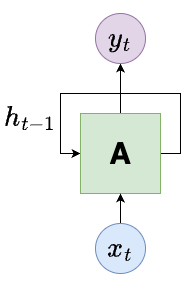
Earlier version of the draw.io export ds701_book/drawio/RNN.png (tools4ds/DS701-Course-Notes). Source tidied: cells renumbered, new cells last; positions are measured from the earlier drawing's top-left corner, leaving out a move shared by most shapes. Its diagram source:
```xml
<mxGraphModel math="1">
  <root>
    <mxCell id="0" />
    <mxCell id="1" parent="0" />
    <mxCell id="2" style="edgeStyle=orthogonalEdgeStyle;rounded=0;orthogonalLoop=1;jettySize=auto;html=1;exitX=1;exitY=0.5;exitDx=0;exitDy=0;entryX=0;entryY=0.5;entryDx=0;entryDy=0;" parent="1" edge="1" source="4" target="4">
      <mxGeometry relative="1" as="geometry">
        <Array as="points">
          <mxPoint x="180" y="140" />
          <mxPoint x="180" y="80" />
          <mxPoint x="60" y="80" />
          <mxPoint x="60" y="140" />
        </Array>
      </mxGeometry>
    </mxCell>
    <mxCell id="3" style="edgeStyle=orthogonalEdgeStyle;rounded=0;jettySize=auto;html=1;exitX=0.5;exitY=0;exitDx=0;exitDy=0;entryX=0.5;entryY=1;entryDx=0;entryDy=0;" parent="1" edge="1" source="4" target="5">
      <mxGeometry relative="1" as="geometry" />
    </mxCell>
    <mxCell id="4" value="A" style="whiteSpace=wrap;html=1;fillColor=#d5e8d4;strokeColor=#82b366;fontSize=30;fontStyle=1;" parent="1" vertex="1">
      <mxGeometry x="80" y="100" width="80" height="80" as="geometry" />
    </mxCell>
    <mxCell id="5" value="&lt;font style=&quot;font-size: 24px;&quot;&gt;$$y_t$$&lt;/font&gt;" style="ellipse;whiteSpace=wrap;html=1;fillColor=#e1d5e7;strokeColor=#9673a6;" parent="1" vertex="1">
      <mxGeometry x="95" width="50" height="50" as="geometry" />
    </mxCell>
    <mxCell id="6" style="edgeStyle=orthogonalEdgeStyle;rounded=0;jettySize=auto;html=1;exitX=0.5;exitY=0;exitDx=0;exitDy=0;entryX=0.5;entryY=1;entryDx=0;entryDy=0;" parent="1" edge="1" source="7" target="4">
      <mxGeometry relative="1" as="geometry" />
    </mxCell>
    <mxCell id="7" value="&lt;font style=&quot;font-size: 24px;&quot;&gt;$$x_t$$&lt;/font&gt;" style="ellipse;whiteSpace=wrap;html=1;fillColor=#dae8fc;strokeColor=#6c8ebf;" parent="1" vertex="1">
      <mxGeometry x="95" y="210" width="50" height="50" as="geometry" />
    </mxCell>
    <mxCell id="8" value="&lt;font style=&quot;font-size: 24px;&quot;&gt;$$h_{t-1}$$&lt;/font&gt;" style="text;html=1;align=center;verticalAlign=middle;whiteSpace=wrap;rounded=0;" parent="1" vertex="1">
      <mxGeometry y="90" width="60" height="30" as="geometry" />
    </mxCell>
  </root>
</mxGraphModel>
```
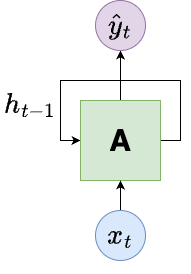
Later version of the same file.

Change to the diagram source:
```diff
@@ -18,7 +18,7 @@
     <mxCell id="4" value="A" style="whiteSpace=wrap;html=1;fillColor=#d5e8d4;strokeColor=#82b366;fontSize=30;fontStyle=1;" parent="1" vertex="1">
       <mxGeometry x="80" y="100" width="80" height="80" as="geometry" />
     </mxCell>
-    <mxCell id="5" value="&lt;font style=&quot;font-size: 24px;&quot;&gt;$$y_t$$&lt;/font&gt;" style="ellipse;whiteSpace=wrap;html=1;fillColor=#e1d5e7;strokeColor=#9673a6;" parent="1" vertex="1">
+    <mxCell id="5" value="&lt;font style=&quot;font-size: 24px;&quot;&gt;$$\hat{y}_t$$&lt;/font&gt;" style="ellipse;whiteSpace=wrap;html=1;fillColor=#e1d5e7;strokeColor=#9673a6;" parent="1" vertex="1">
       <mxGeometry x="95" width="50" height="50" as="geometry" />
     </mxCell>
     <mxCell id="6" style="edgeStyle=orthogonalEdgeStyle;rounded=0;jettySize=auto;html=1;exitX=0.5;exitY=0;exitDx=0;exitDy=0;entryX=0.5;entryY=1;entryDx=0;entryDy=0;" parent="1" edge="1" source="7" target="4">
```
